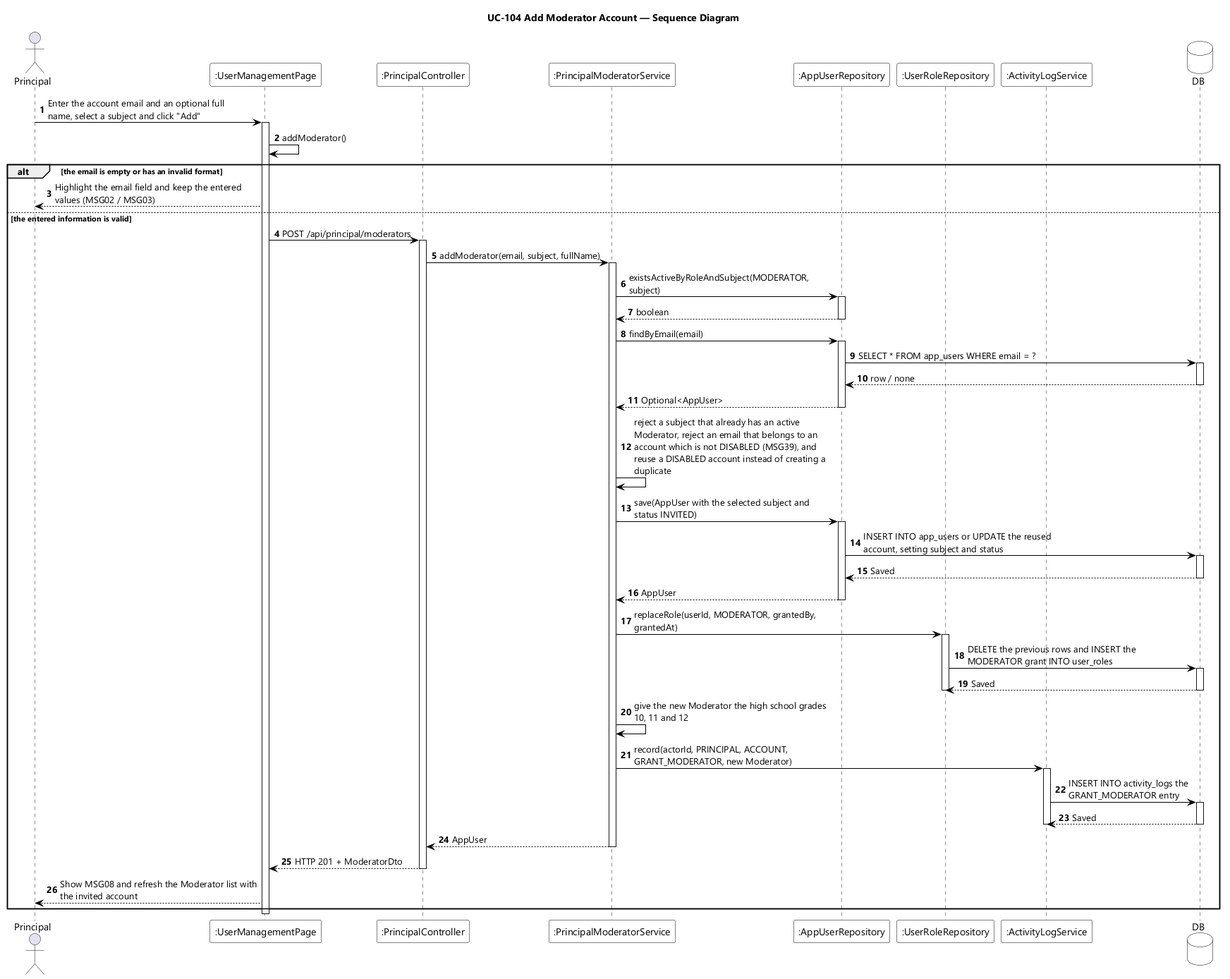
This is designs/sds-diagrams/uc104/uc104-sequence-diagram.png from EduA-system/EduA-system, a PlantUML export, as it was before one commit.
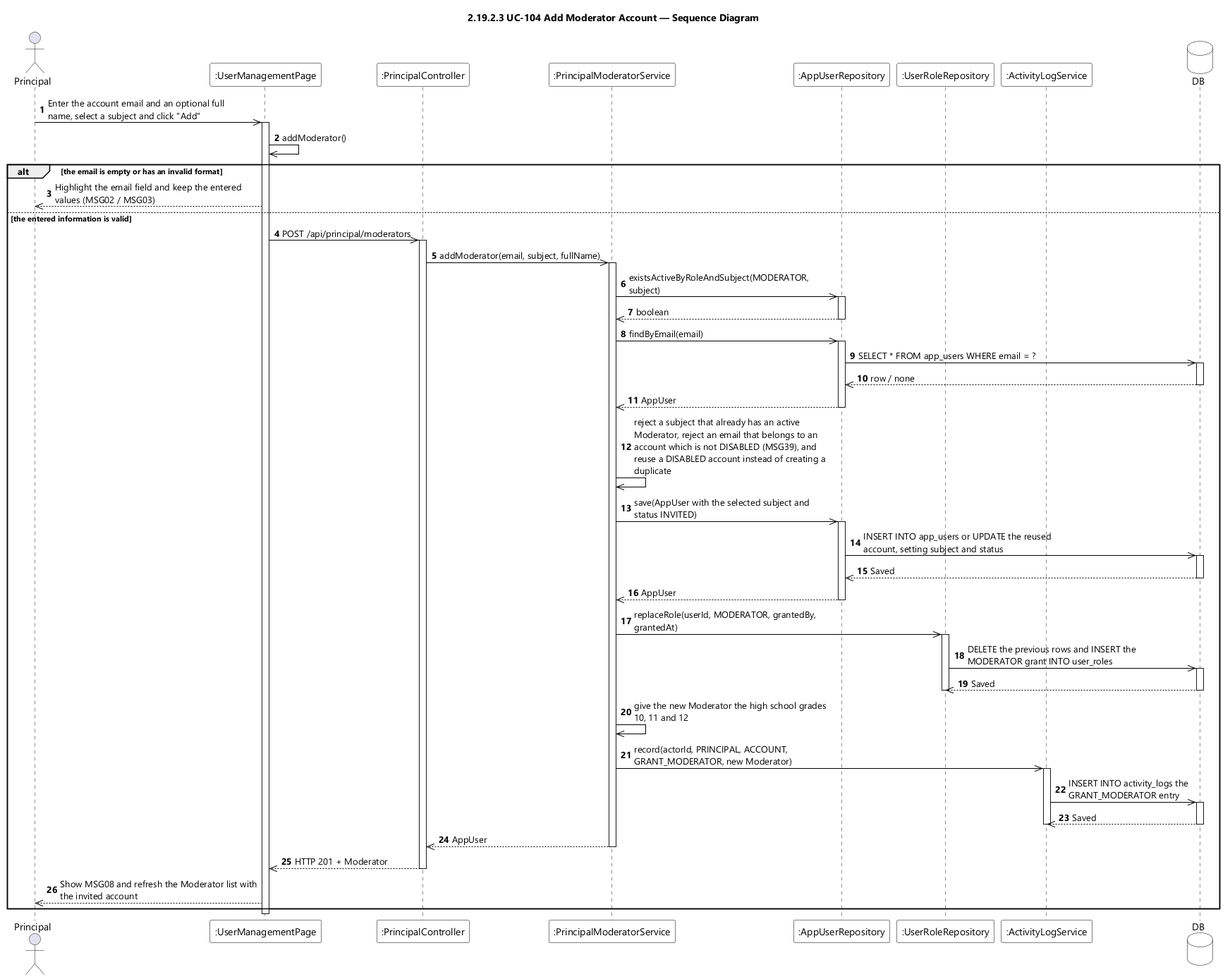
Above is the later version.

Diff of the diagram source:
```diff
@@ -9,7 +9,7 @@
 skinparam ArrowColor #000000
 skinparam sequenceMessageAlign left
 skinparam maxMessageSize 280
-title UC-104 Add Moderator Account — Sequence Diagram
+title 2.19.2.3 UC-104 Add Moderator Account — Sequence Diagram
 
 actor Principal
 participant ":UserManagementPage" as UI
@@ -21,58 +21,58 @@
 database DB
 
 autonumber
-Principal -> UI : Enter the account email and an optional full name, select a subject and click "Add"
+Principal ->> UI : Enter the account email and an optional full name, select a subject and click "Add"
 activate UI
-UI -> UI : addModerator()
+UI ->> UI : addModerator()
 
 alt the email is empty or has an invalid format
-  UI --> Principal : Highlight the email field and keep the entered values (MSG02 / MSG03)
+  UI -->> Principal : Highlight the email field and keep the entered values (MSG02 / MSG03)
 else the entered information is valid
-  UI -> CTL : POST /api/principal/moderators
+  UI ->> CTL : POST /api/principal/moderators
   activate CTL
-  CTL -> SVC : addModerator(email, subject, fullName)
+  CTL ->> SVC : addModerator(email, subject, fullName)
   activate SVC
-  SVC -> USERS : existsActiveByRoleAndSubject(MODERATOR, subject)
+  SVC ->> USERS : existsActiveByRoleAndSubject(MODERATOR, subject)
   activate USERS
-  USERS --> SVC : boolean
+  USERS -->> SVC : boolean
   deactivate USERS
-  SVC -> USERS : findByEmail(email)
+  SVC ->> USERS : findByEmail(email)
   activate USERS
-  USERS -> DB : SELECT * FROM app_users WHERE email = ?
+  USERS ->> DB : SELECT * FROM app_users WHERE email = ?
   activate DB
-  DB --> USERS : row / none
+  DB -->> USERS : row / none
   deactivate DB
-  USERS --> SVC : Optional<AppUser>
+  USERS -->> SVC : AppUser
   deactivate USERS
-  SVC -> SVC : reject a subject that already has an active Moderator, reject an email that belongs to an account which is not DISABLED (MSG39), and reuse a DISABLED account instead of creating a duplicate
-  SVC -> USERS : save(AppUser with the selected subject and status INVITED)
+  SVC ->> SVC : reject a subject that already has an active Moderator, reject an email that belongs to an account which is not DISABLED (MSG39), and reuse a DISABLED account instead of creating a duplicate
+  SVC ->> USERS : save(AppUser with the selected subject and status INVITED)
   activate USERS
-  USERS -> DB : INSERT INTO app_users or UPDATE the reused account, setting subject and status
+  USERS ->> DB : INSERT INTO app_users or UPDATE the reused account, setting subject and status
   activate DB
-  DB --> USERS : Saved
+  DB -->> USERS : Saved
   deactivate DB
-  USERS --> SVC : AppUser
+  USERS -->> SVC : AppUser
   deactivate USERS
-  SVC -> ROLES : replaceRole(userId, MODERATOR, grantedBy, grantedAt)
+  SVC ->> ROLES : replaceRole(userId, MODERATOR, grantedBy, grantedAt)
   activate ROLES
-  ROLES -> DB : DELETE the previous rows and INSERT the MODERATOR grant INTO user_roles
+  ROLES ->> DB : DELETE the previous rows and INSERT the MODERATOR grant INTO user_roles
   activate DB
-  DB --> ROLES : Saved
+  DB -->> ROLES : Saved
   deactivate DB
   deactivate ROLES
-  SVC -> SVC : give the new Moderator the high school grades 10, 11 and 12
-  SVC -> AUDIT : record(actorId, PRINCIPAL, ACCOUNT, GRANT_MODERATOR, new Moderator)
+  SVC ->> SVC : give the new Moderator the high school grades 10, 11 and 12
+  SVC ->> AUDIT : record(actorId, PRINCIPAL, ACCOUNT, GRANT_MODERATOR, new Moderator)
   activate AUDIT
-  AUDIT -> DB : INSERT INTO activity_logs the GRANT_MODERATOR entry
+  AUDIT ->> DB : INSERT INTO activity_logs the GRANT_MODERATOR entry
   activate DB
-  DB --> AUDIT : Saved
+  DB -->> AUDIT : Saved
   deactivate DB
   deactivate AUDIT
-  SVC --> CTL : AppUser
+  SVC -->> CTL : AppUser
   deactivate SVC
-  CTL --> UI : HTTP 201 + ModeratorDto
+  CTL -->> UI : HTTP 201 + Moderator
   deactivate CTL
-  UI --> Principal : Show MSG08 and refresh the Moderator list with the invited account
+  UI -->> Principal : Show MSG08 and refresh the Moderator list with the invited account
 end
 deactivate UI
 @enduml
```
